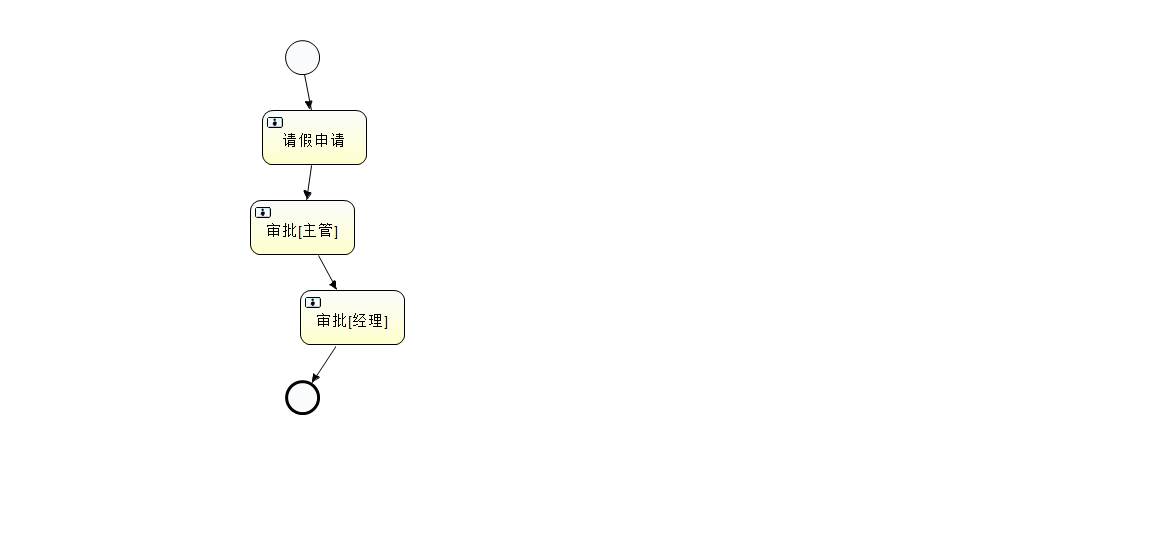
huruiyi/java-samples keeps this BPMN diagram as activiti/activiti-demo2/src/main/resources/diagrams/LeaveBill.png. Above is the earlier version. Its source is kept beside it as activiti/activiti-examples/src/main/resources/diagrams/LeaveBill.bpmn. Ids are renumbered.
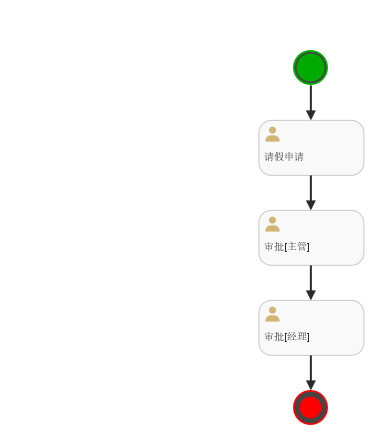
After the commit.

Change to the diagram source:
```diff
@@ -1,47 +1,50 @@
-<definitions xmlns="http://www.omg.org/spec/BPMN/20100524/MODEL" xmlns:xsi="http://www.w3.org/2001/XMLSchema-instance" xmlns:xsd="http://www.w3.org/2001/XMLSchema" xmlns:activiti="http://activiti.org/bpmn" xmlns:bpmndi="http://www.omg.org/spec/BPMN/20100524/DI" xmlns:omgdc="http://www.omg.org/spec/DD/20100524/DC" xmlns:omgdi="http://www.omg.org/spec/DD/20100524/DI" typeLanguage="http://www.w3.org/2001/XMLSchema" expressionLanguage="http://www.w3.org/1999/XPath" targetNamespace="http://www.activiti.org/test">
+<definitions xmlns="http://www.omg.org/spec/BPMN/20100524/MODEL" xmlns:xsi="http://www.w3.org/2001/XMLSchema-instance"
+  xmlns:xsd="http://www.w3.org/2001/XMLSchema" xmlns:activiti="http://activiti.org/bpmn" xmlns:bpmndi="http://www.omg.org/spec/BPMN/20100524/DI"
+  xmlns:omgdc="http://www.omg.org/spec/DD/20100524/DC" xmlns:omgdi="http://www.omg.org/spec/DD/20100524/DI"
+  typeLanguage="http://www.w3.org/2001/XMLSchema" expressionLanguage="http://www.w3.org/1999/XPath" targetNamespace="http://www.activiti.org/test">
   <process id="leaveBill" name="leaveProcess" isExecutable="true">
-    <startEvent id="startevent1" name="Start"></startEvent>
-    <userTask id="usertask1" name="请假申请" activiti:assignee="张三"></userTask>
-    <userTask id="usertask2" name="审批[主管]" activiti:assignee="李四"></userTask>
-    <userTask id="usertask3" name="审批[经理]" activiti:assignee="王五"></userTask>
-    <endEvent id="endevent1" name="End"></endEvent>
-    <sequenceFlow id="flow1" sourceRef="startevent1" targetRef="usertask1"></sequenceFlow>
-    <sequenceFlow id="flow2" sourceRef="usertask1" targetRef="usertask2"></sequenceFlow>
-    <sequenceFlow id="flow3" sourceRef="usertask2" targetRef="usertask3"></sequenceFlow>
-    <sequenceFlow id="flow4" sourceRef="usertask3" targetRef="endevent1"></sequenceFlow>
+    <startEvent id="startevent1" name="Start"/>
+    <userTask id="usertask1" name="请假申请" activiti:assignee="张三"/>
+    <userTask id="usertask2" name="审批[主管]" activiti:assignee="李四"/>
+    <userTask id="usertask3" name="审批[经理]" activiti:assignee="王五"/>
+    <endEvent id="endevent1" name="End"/>
+    <sequenceFlow id="flow1" sourceRef="startevent1" targetRef="usertask1"/>
+    <sequenceFlow id="flow2" sourceRef="usertask1" targetRef="usertask2"/>
+    <sequenceFlow id="flow3" sourceRef="usertask2" targetRef="usertask3"/>
+    <sequenceFlow id="flow4" sourceRef="usertask3" targetRef="endevent1"/>
   </process>
   <bpmndi:BPMNDiagram id="BPMNDiagram_leaveBill">
     <bpmndi:BPMNPlane bpmnElement="leaveBill" id="BPMNPlane_leaveBill">
       <bpmndi:BPMNShape bpmnElement="startevent1" id="BPMNShape_startevent1">
-        <omgdc:Bounds height="35.0" width="35.0" x="285.0" y="40.0"></omgdc:Bounds>
+        <omgdc:Bounds height="35.0" width="35.0" x="285.0" y="40.0"/>
       </bpmndi:BPMNShape>
       <bpmndi:BPMNShape bpmnElement="usertask1" id="BPMNShape_usertask1">
-        <omgdc:Bounds height="55.0" width="105.0" x="262.0" y="110.0"></omgdc:Bounds>
+        <omgdc:Bounds height="55.0" width="105.0" x="262.0" y="110.0"/>
       </bpmndi:BPMNShape>
       <bpmndi:BPMNShape bpmnElement="usertask2" id="BPMNShape_usertask2">
-        <omgdc:Bounds height="55.0" width="105.0" x="250.0" y="200.0"></omgdc:Bounds>
+        <omgdc:Bounds height="55.0" width="105.0" x="250.0" y="200.0"/>
       </bpmndi:BPMNShape>
       <bpmndi:BPMNShape bpmnElement="usertask3" id="BPMNShape_usertask3">
-        <omgdc:Bounds height="55.0" width="105.0" x="300.0" y="290.0"></omgdc:Bounds>
+        <omgdc:Bounds height="55.0" width="105.0" x="300.0" y="290.0"/>
       </bpmndi:BPMNShape>
       <bpmndi:BPMNShape bpmnElement="endevent1" id="BPMNShape_endevent1">
-        <omgdc:Bounds height="35.0" width="35.0" x="285.0" y="380.0"></omgdc:Bounds>
+        <omgdc:Bounds height="35.0" width="35.0" x="285.0" y="380.0"/>
       </bpmndi:BPMNShape>
       <bpmndi:BPMNEdge bpmnElement="flow1" id="BPMNEdge_flow1">
-        <omgdi:waypoint x="302.0" y="75.0"></omgdi:waypoint>
-        <omgdi:waypoint x="314.0" y="110.0"></omgdi:waypoint>
+        <omgdi:waypoint x="302.0" y="75.0"/>
+        <omgdi:waypoint x="314.0" y="110.0"/>
       </bpmndi:BPMNEdge>
       <bpmndi:BPMNEdge bpmnElement="flow2" id="BPMNEdge_flow2">
-        <omgdi:waypoint x="314.0" y="165.0"></omgdi:waypoint>
-        <omgdi:waypoint x="302.0" y="200.0"></omgdi:waypoint>
+        <omgdi:waypoint x="314.0" y="165.0"/>
+        <omgdi:waypoint x="302.0" y="200.0"/>
       </bpmndi:BPMNEdge>
       <bpmndi:BPMNEdge bpmnElement="flow3" id="BPMNEdge_flow3">
-        <omgdi:waypoint x="302.0" y="255.0"></omgdi:waypoint>
-        <omgdi:waypoint x="352.0" y="290.0"></omgdi:waypoint>
+        <omgdi:waypoint x="302.0" y="255.0"/>
+        <omgdi:waypoint x="352.0" y="290.0"/>
       </bpmndi:BPMNEdge>
       <bpmndi:BPMNEdge bpmnElement="flow4" id="BPMNEdge_flow4">
-        <omgdi:waypoint x="352.0" y="345.0"></omgdi:waypoint>
-        <omgdi:waypoint x="302.0" y="380.0"></omgdi:waypoint>
+        <omgdi:waypoint x="352.0" y="345.0"/>
+        <omgdi:waypoint x="302.0" y="380.0"/>
       </bpmndi:BPMNEdge>
     </bpmndi:BPMNPlane>
   </bpmndi:BPMNDiagram>
```
